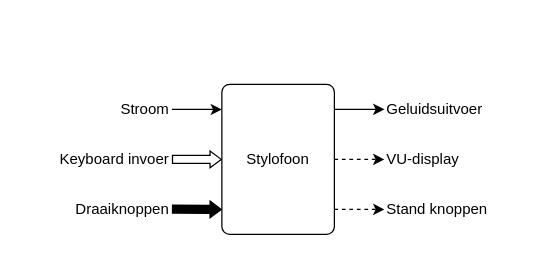
lonkaars/avans-stylophone keeps this draw.io diagram as page "top-level" (1 of 2) of docs/stylofoon blokschema.drawio. Above is the earlier version. Source tidied: cells renumbered, new cells numbered last; positions are measured from the earlier drawing's top-left corner, leaving out a move shared by most shapes. Both pictures are drawn from the tidied source at 125%, with x=0, y=0 at pixel (21, 84).
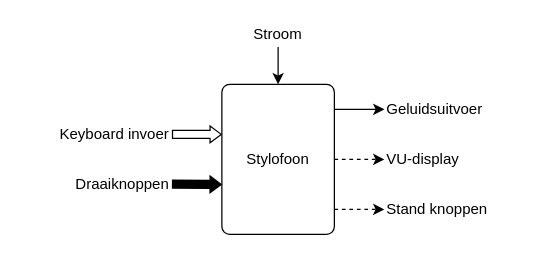
The same diagram, later.

Change to the diagram source:
```diff
@@
 <mxGraphModel background="#ffffff">
   <root>
     <mxCell id="0" />
     <mxCell id="1" parent="0" />
     <mxCell id="2" value="Stylofoon" style="rounded=1;whiteSpace=wrap;html=1;fontColor=#000000;strokeColor=#000000;fillColor=#FFFFFF;arcSize=7;" parent="1" vertex="1">
       <mxGeometry x="160" width="90" height="120" as="geometry" />
     </mxCell>
     <mxCell id="3" value="Keyboard invoer" style="text;html=1;strokeColor=none;fillColor=none;align=right;verticalAlign=middle;whiteSpace=wrap;rounded=0;fontColor=#000000;" parent="1" vertex="1">
-      <mxGeometry y="50" width="120" height="20" as="geometry" />
+      <mxGeometry y="30" width="120" height="20" as="geometry" />
     </mxCell>
     <mxCell id="4" value="Draaiknoppen" style="text;html=1;strokeColor=none;fillColor=none;align=right;verticalAlign=middle;whiteSpace=wrap;rounded=0;fontColor=#000000;" parent="1" vertex="1">
-      <mxGeometry y="90" width="120" height="20" as="geometry" />
+      <mxGeometry y="70" width="120" height="20" as="geometry" />
     </mxCell>
     <mxCell id="5" style="shape=flexArrow;endArrow=classic;html=1;rounded=0;fontColor=#000000;strokeColor=#000000;exitX=1;exitY=0.5;exitDx=0;exitDy=0;width=6.368715083798883;endSize=2.6502793296089386;endWidth=6.104054180581131;entryX=0;entryY=0.333;entryDx=0;entryDy=0;entryPerimeter=0;" parent="1" edge="1" source="3">
       <mxGeometry relative="1" as="geometry">
-        <mxPoint x="160" y="60" as="targetPoint" />
+        <mxPoint x="160" y="40" as="targetPoint" />
       </mxGeometry>
     </mxCell>
     <mxCell id="6" style="shape=flexArrow;endArrow=classic;html=1;rounded=0;fontColor=#000000;strokeColor=#000000;exitX=1;exitY=0.5;exitDx=0;exitDy=0;width=6.368715083798883;endSize=2.6502793296089386;endWidth=6.104054180581131;entryX=0;entryY=0.667;entryDx=0;entryDy=0;entryPerimeter=0;fillColor=#000000;" parent="1" edge="1">
       <mxGeometry relative="1" as="geometry">
-        <mxPoint x="120" y="99.8" as="sourcePoint" />
-        <mxPoint x="160" y="100" as="targetPoint" />
+        <mxPoint x="120" y="79.8" as="sourcePoint" />
+        <mxPoint x="160" y="80" as="targetPoint" />
       </mxGeometry>
     </mxCell>
     <mxCell id="7" value="Geluidsuitvoer" style="text;html=1;strokeColor=none;fillColor=none;align=left;verticalAlign=middle;whiteSpace=wrap;rounded=0;fontColor=#000000;" parent="1" vertex="1">
       <mxGeometry x="290" y="10" width="120" height="20" as="geometry" />
     </mxCell>
     <mxCell id="8" value="VU-display" style="text;html=1;strokeColor=none;fillColor=none;align=left;verticalAlign=middle;whiteSpace=wrap;rounded=0;fontColor=#000000;" parent="1" vertex="1">
       <mxGeometry x="290" y="50" width="120" height="20" as="geometry" />
     </mxCell>
     <mxCell id="9" value="Stand knoppen" style="text;html=1;strokeColor=none;fillColor=none;align=left;verticalAlign=middle;whiteSpace=wrap;rounded=0;fontColor=#000000;" parent="1" vertex="1">
       <mxGeometry x="290" y="90" width="120" height="20" as="geometry" />
     </mxCell>
     <mxCell id="10" style="endArrow=classic;html=1;rounded=0;fontColor=#000000;strokeColor=#000000;fillColor=#000000;entryX=0;entryY=0.5;entryDx=0;entryDy=0;exitX=1;exitY=0.167;exitDx=0;exitDy=0;exitPerimeter=0;" parent="1" edge="1" source="2" target="7">
       <mxGeometry relative="1" as="geometry" />
     </mxCell>
     <mxCell id="11" style="endArrow=classic;html=1;rounded=0;fontColor=#000000;strokeColor=#000000;fillColor=#000000;entryX=0;entryY=0.5;entryDx=0;entryDy=0;exitX=1;exitY=0.5;exitDx=0;exitDy=0;dashed=1;" parent="1" edge="1" source="2" target="8">
       <mxGeometry relative="1" as="geometry" />
     </mxCell>
     <mxCell id="12" style="endArrow=classic;html=1;rounded=0;fontColor=#000000;strokeColor=#000000;fillColor=#000000;entryX=0;entryY=0.5;entryDx=0;entryDy=0;exitX=1;exitY=0.833;exitDx=0;exitDy=0;exitPerimeter=0;dashed=1;" parent="1" edge="1" source="2" target="9">
       <mxGeometry relative="1" as="geometry" />
     </mxCell>
-    <mxCell id="13" value="Stroom" style="text;html=1;strokeColor=none;fillColor=none;align=right;verticalAlign=middle;whiteSpace=wrap;rounded=0;fontColor=#000000;" parent="1" vertex="1">
-      <mxGeometry y="10" width="120" height="20" as="geometry" />
+    <mxCell id="13" value="Stroom" style="text;html=1;strokeColor=none;fillColor=none;align=center;verticalAlign=middle;whiteSpace=wrap;rounded=0;fontColor=#000000;" parent="1" vertex="1">
+      <mxGeometry x="145" y="-50" width="120" height="20" as="geometry" />
     </mxCell>
-    <mxCell id="14" style="endArrow=classic;html=1;rounded=0;fontColor=#000000;strokeColor=#000000;fillColor=#000000;exitX=1;exitY=0.5;exitDx=0;exitDy=0;entryX=0;entryY=0.167;entryDx=0;entryDy=0;entryPerimeter=0;" parent="1" edge="1" source="13" target="2">
+    <mxCell id="14" style="endArrow=classic;html=1;rounded=0;fontColor=#000000;strokeColor=#000000;fillColor=#000000;exitX=0.5;exitY=1;exitDx=0;exitDy=0;entryX=0.5;entryY=0;entryDx=0;entryDy=0;" parent="1" edge="1" source="13" target="2">
       <mxGeometry relative="1" as="geometry" />
     </mxCell>
   </root>
 </mxGraphModel>
```
